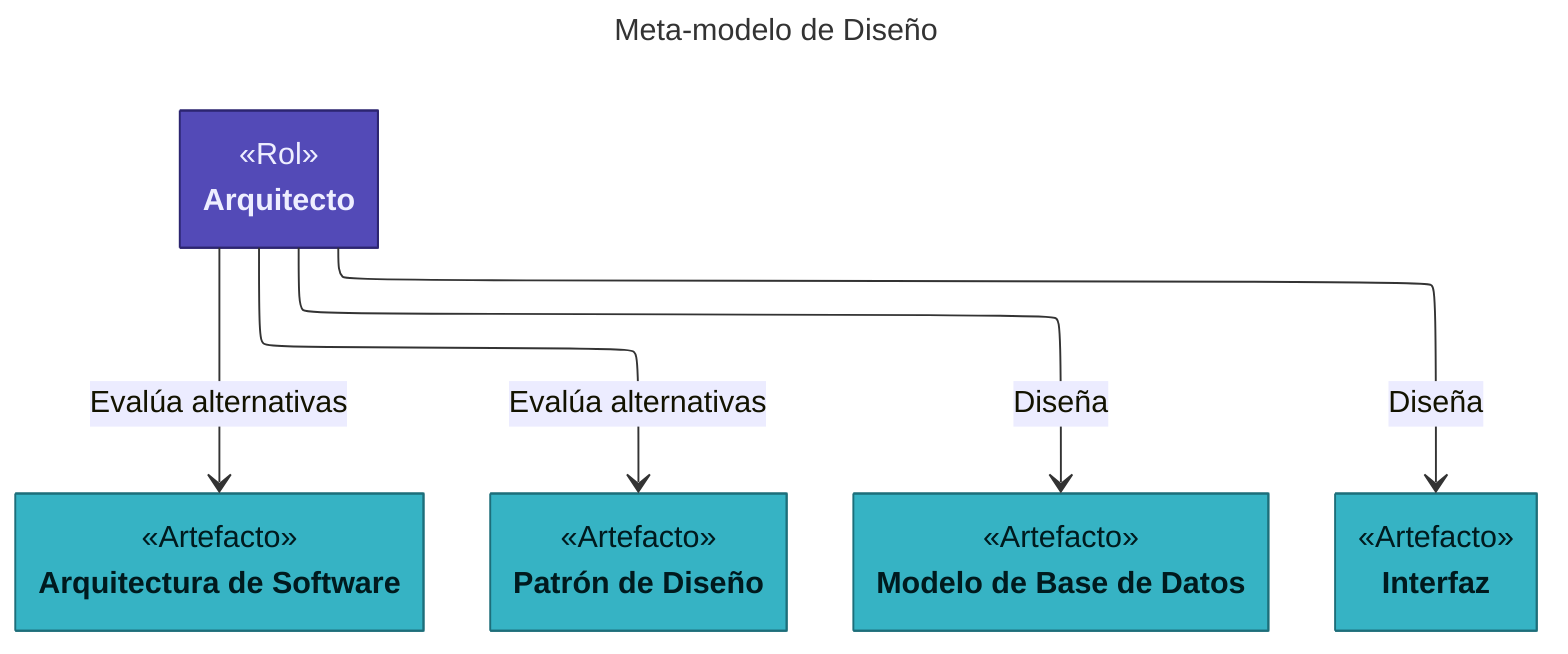
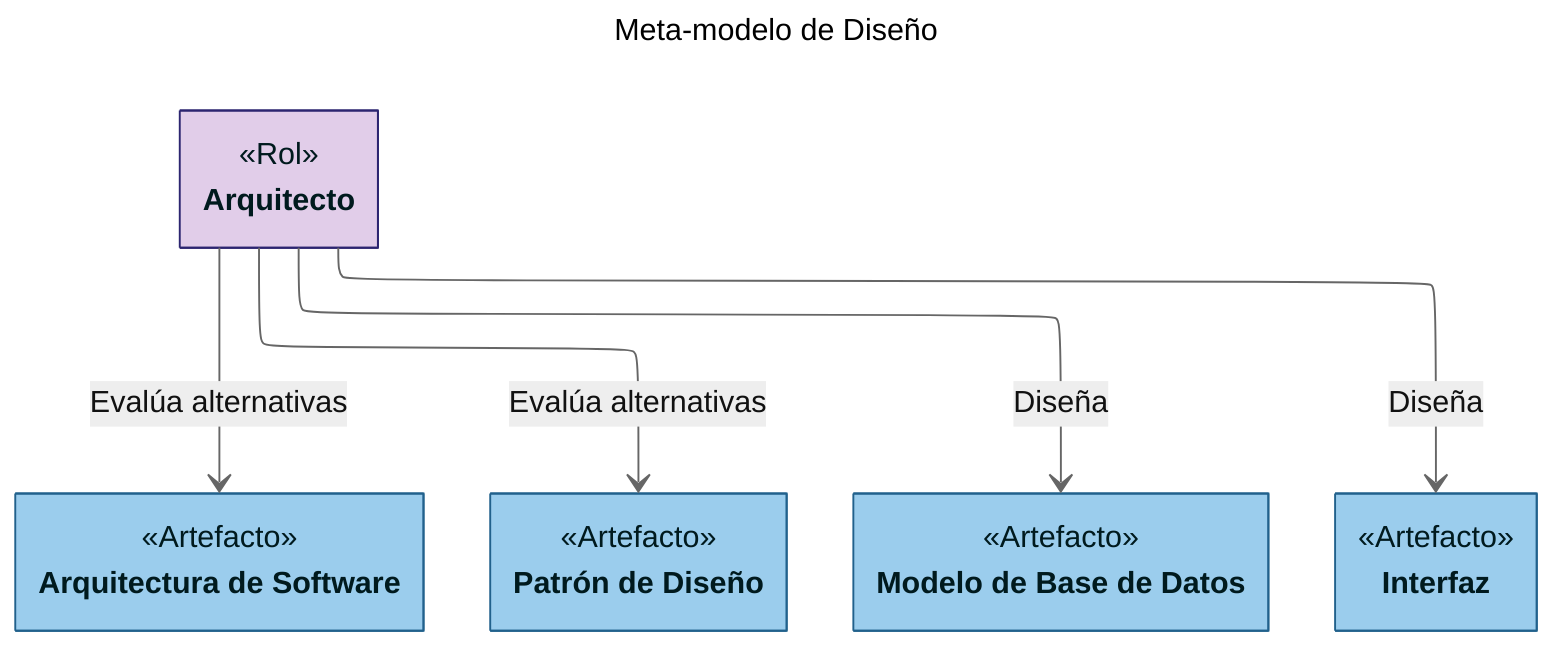
---
title: Meta-modelo de Diseño
config:
    layout: elk
    class:
        hideEmptyMembersBox: true
+     theme: neutral
---

classDiagram
class Arquitecto["Arquitecto"]:::rol {
    <<Rol>>
}

class ArquitecturaSoftware["Arquitectura de Software"]:::artefacto {
    <<Artefacto>>
}

class PatronesDisenio["Patrón de Diseño"]:::artefacto {
    <<Artefacto>>
}

class BaseDatos["Modelo de Base de Datos"]:::artefacto {
    <<Artefacto>>
}

class Interfaz["Interfaz"]:::artefacto {
    <<Artefacto>>
}

%% === RELACIONES ===

Arquitecto --> ArquitecturaSoftware : Evalúa alternativas
Arquitecto --> PatronesDisenio : Evalúa alternativas
Arquitecto --> BaseDatos               : Diseña
Arquitecto --> Interfaz          : Diseña

- classDef proceso fill:#3d3d3a,stroke:#2C2C2A,color:#F1EFE8
- classDef fase fill:#c4a336,stroke:#8a6f1f,color:#1a1400
- classDef disciplina fill:#c47b36,stroke:#7a4a1d,color:#1a0f00
- classDef evento fill:#a45be9,stroke:#6a2fa8,color:#1a0033
- classDef rol fill:#534AB7,stroke:#2c2570,color:#eeeeff
- classDef artefacto fill:#36b3c4,stroke:#1d6e7a,color:#001a1e+ classDef proceso fill:#D6DBDF,stroke:#48515B,color:#1F2328
+ classDef fase fill:#A2D9CE,stroke:#0E6655,color:#1a0033
+ classDef disciplina fill:#F9E79F,stroke:#C5A00D,color:#1a0f00
+ classDef evento fill:#E7A274,stroke:#D96E26,color:#1a1400
+ classDef rol fill:#E1CDE9,stroke:#2c2570,color:#001a1e
+ classDef artefacto fill: #9BCDED,stroke:#21618C,color:#001a1e